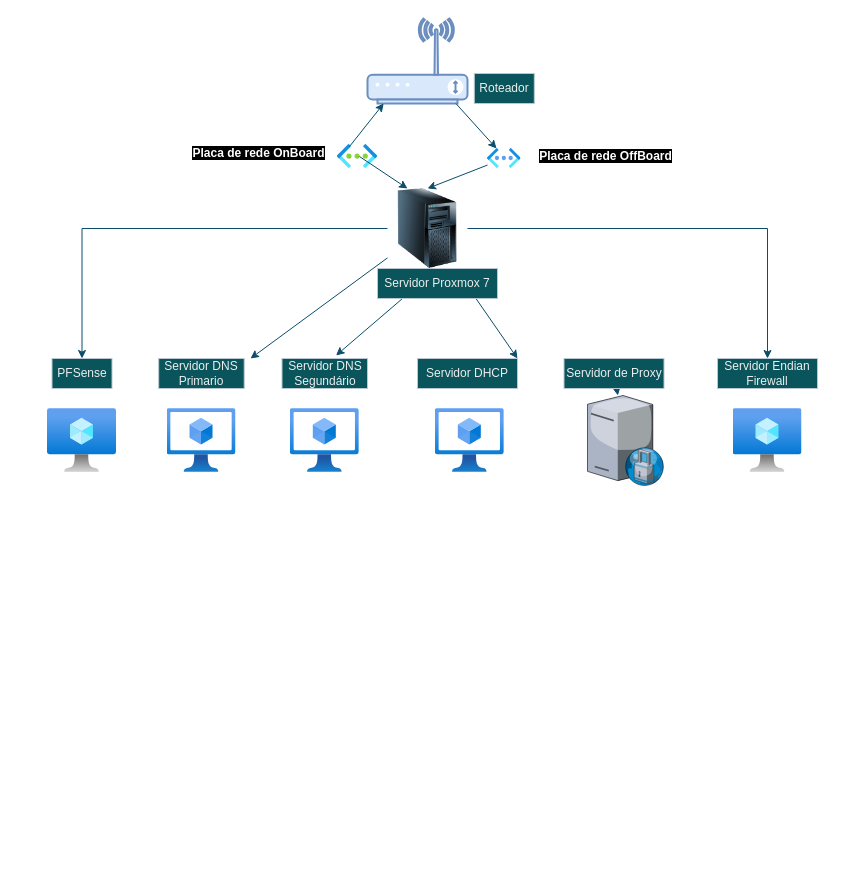
This is Diagrama do sevidor local-proxmox7.drawio from washigtonpa/SERVIDOR_LOCAL_PROXMOX, a draw.io file, before an edit. Source tidied: cells renumbered, new cells numbered last; positions are measured from the earlier drawing's top-left corner, leaving out a move shared by most shapes. Both pictures are drawn from the tidied source at 100%, with x=0, y=0 at pixel (47, 18).
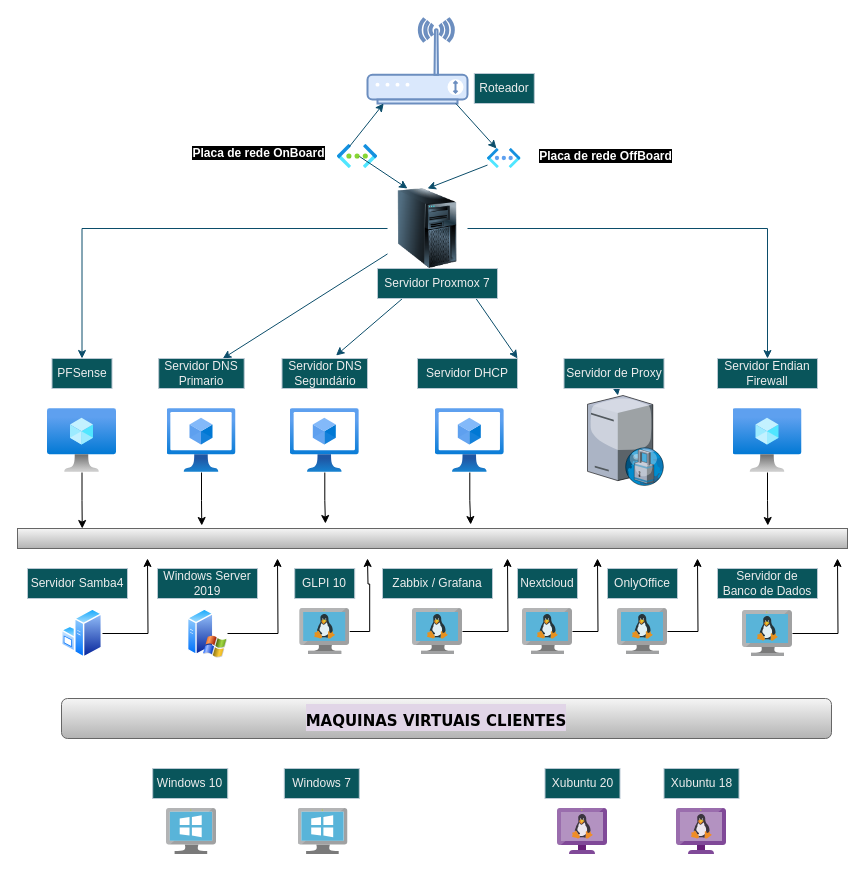
The same page after the edit.

The change refers to these unchanged cells:
```xml
<mxCell id="6" style="image;html=1;image=img/lib/clip_art/computers/Server_Tower_128x128.png;labelBackgroundColor=none;fillColor=#09555B;strokeColor=#BAC8D3;fontColor=#EEEEEE;" parent="1" vertex="1">
  <mxGeometry x="340" y="170" width="80" height="80" as="geometry" />
</mxCell>
<mxCell id="20" style="image;html=1;points=[];align=center;fontSize=12;image=img/lib/azure2/compute/Virtual_Machines_Classic.svg;strokeColor=#BAC8D3;fontColor=#EEEEEE;fillColor=#09555B;" parent="1" vertex="1">
  <mxGeometry x="119.5" y="390" width="69" height="64" as="geometry" />
</mxCell>
<mxCell id="21" value="Servidor DNS Primario" style="text;align=center;html=1;verticalAlign=middle;whiteSpace=wrap;rounded=0;labelBackgroundColor=none;fillColor=#09555B;fontColor=#EEEEEE;strokeColor=#BAC8D3;" parent="1" vertex="1">
  <mxGeometry x="111.2" y="340" width="85.5" height="30" as="geometry" />
</mxCell>
<mxCell id="22" style="image;html=1;points=[];align=center;fontSize=12;image=img/lib/azure2/compute/Virtual_Machines_Classic.svg;strokeColor=#BAC8D3;fontColor=#EEEEEE;fillColor=#09555B;" parent="1" vertex="1">
  <mxGeometry x="387.8" y="390" width="69" height="64" as="geometry" />
</mxCell>
<mxCell id="24" style="image;html=1;points=[];align=center;fontSize=12;image=img/lib/azure2/compute/Virtual_Machines_Classic.svg;strokeColor=#BAC8D3;fontColor=#EEEEEE;fillColor=#09555B;" parent="1" vertex="1">
  <mxGeometry x="242.8" y="390" width="69" height="64" as="geometry" />
</mxCell>
<mxCell id="26" style="image;html=1;points=[];align=center;fontSize=12;image=img/lib/azure2/compute/Virtual_Machine.svg;strokeColor=#BAC8D3;fontColor=#EEEEEE;fillColor=#09555B;" parent="1" vertex="1">
  <mxGeometry x="685.5" y="390" width="69" height="64" as="geometry" />
</mxCell>
<mxCell id="28" style="image;html=1;points=[];align=center;fontSize=12;image=img/lib/azure2/compute/Virtual_Machine.svg;strokeColor=#BAC8D3;fontColor=#EEEEEE;fillColor=#09555B;" parent="1" vertex="1">
  <mxGeometry y="390" width="69" height="64" as="geometry" />
</mxCell>
```

Diff of the diagram source:
```diff
@@
-    <mxCell id="4" style="edgeStyle=none;rounded=0;jettySize=auto;html=1;entryX=0.099;entryY=-0.1;entryDx=0;entryDy=0;entryPerimeter=0;strokeColor=#0B4D6A;" parent="1" edge="1" source="6">
-      <mxGeometry relative="1" as="geometry">
-        <mxPoint x="203" y="340" as="targetPoint" />
-      </mxGeometry>
+    <mxCell id="4" style="edgeStyle=none;rounded=0;jettySize=auto;html=1;entryX=0.75;entryY=0;entryDx=0;entryDy=0;strokeColor=#0B4D6A;" parent="1" edge="1" source="6" target="21">
+      <mxGeometry relative="1" as="geometry" />
     </mxCell>
@@
+    <mxCell id="32" style="edgeStyle=orthogonalEdgeStyle;rounded=0;jettySize=auto;html=1;entryX=0.222;entryY=-0.15;entryDx=0;entryDy=0;entryPerimeter=0;" parent="1" edge="1" source="20" target="37">
+      <mxGeometry relative="1" as="geometry" />
+    </mxCell>
@@
+    <mxCell id="33" style="edgeStyle=orthogonalEdgeStyle;rounded=0;jettySize=auto;html=1;entryX=0.546;entryY=-0.2;entryDx=0;entryDy=0;entryPerimeter=0;" parent="1" edge="1" source="22" target="37">
+      <mxGeometry relative="1" as="geometry" />
+    </mxCell>
@@
+    <mxCell id="34" style="edgeStyle=orthogonalEdgeStyle;rounded=0;jettySize=auto;html=1;entryX=0.371;entryY=-0.25;entryDx=0;entryDy=0;entryPerimeter=0;" parent="1" edge="1" source="24" target="37">
+      <mxGeometry relative="1" as="geometry" />
+    </mxCell>
@@
+    <mxCell id="35" style="edgeStyle=orthogonalEdgeStyle;rounded=0;jettySize=auto;html=1;entryX=0.904;entryY=-0.15;entryDx=0;entryDy=0;entryPerimeter=0;" parent="1" edge="1" source="26" target="37">
+      <mxGeometry relative="1" as="geometry" />
+    </mxCell>
@@
+    <mxCell id="36" style="edgeStyle=orthogonalEdgeStyle;rounded=0;jettySize=auto;html=1;entryX=0.078;entryY=0;entryDx=0;entryDy=0;entryPerimeter=0;" parent="1" edge="1" source="28" target="37">
+      <mxGeometry relative="1" as="geometry" />
+    </mxCell>
@@
+    <mxCell id="37" style="rounded=0;whiteSpace=wrap;html=1;fillColor=#f5f5f5;strokeColor=#666666;gradientColor=#b3b3b3;" parent="1" vertex="1">
+      <mxGeometry x="-30" y="510" width="830" height="20" as="geometry" />
+    </mxCell>
+    <mxCell id="38" style="edgeStyle=orthogonalEdgeStyle;rounded=0;jettySize=auto;html=1;" parent="1" edge="1" source="39">
+      <mxGeometry relative="1" as="geometry">
+        <mxPoint x="230" y="540" as="targetPoint" />
+      </mxGeometry>
+    </mxCell>
+    <mxCell id="39" style="image;perimeter=ellipsePerimeter;html=1;align=center;shadow=0;dashed=0;spacingTop=3;image=img/lib/active_directory/windows_server_2.svg;" parent="1" vertex="1">
+      <mxGeometry x="140" y="590" width="40" height="50" as="geometry" />
+    </mxCell>
+    <mxCell id="40" style="edgeStyle=orthogonalEdgeStyle;rounded=0;jettySize=auto;html=1;" parent="1" edge="1" source="41">
+      <mxGeometry relative="1" as="geometry">
+        <mxPoint x="100" y="540" as="targetPoint" />
+      </mxGeometry>
+    </mxCell>
+    <mxCell id="41" style="image;perimeter=ellipsePerimeter;html=1;align=center;shadow=0;dashed=0;spacingTop=3;image=img/lib/active_directory/windows_server.svg;" parent="1" vertex="1">
+      <mxGeometry x="14" y="590" width="41" height="50" as="geometry" />
+    </mxCell>
+    <mxCell id="42" value="Servidor Samba4" style="text;align=center;html=1;verticalAlign=middle;whiteSpace=wrap;rounded=0;labelBackgroundColor=none;fillColor=#09555B;fontColor=#EEEEEE;strokeColor=#BAC8D3;" parent="1" vertex="1">
+      <mxGeometry x="-20" y="550" width="100" height="30" as="geometry" />
+    </mxCell>
+    <mxCell id="43" value="Windows Server 2019" style="text;align=center;html=1;verticalAlign=middle;whiteSpace=wrap;rounded=0;labelBackgroundColor=none;fillColor=#09555B;fontColor=#EEEEEE;strokeColor=#BAC8D3;" parent="1" vertex="1">
+      <mxGeometry x="110" y="550" width="100" height="30" as="geometry" />
+    </mxCell>
+    <mxCell id="44" style="edgeStyle=orthogonalEdgeStyle;rounded=0;jettySize=auto;html=1;" parent="1" edge="1" source="45">
+      <mxGeometry relative="1" as="geometry">
+        <mxPoint x="320" y="540" as="targetPoint" />
+      </mxGeometry>
+    </mxCell>
+    <mxCell id="45" style="image;sketch=0;html=1;points=[];align=center;fontSize=12;image=img/lib/mscae/VM_Linux.svg;" parent="1" vertex="1">
+      <mxGeometry x="252.2" y="590" width="50" height="46" as="geometry" />
+    </mxCell>
+    <mxCell id="46" value="GLPI 10" style="text;align=center;html=1;verticalAlign=middle;whiteSpace=wrap;rounded=0;labelBackgroundColor=none;fillColor=#09555B;fontColor=#EEEEEE;strokeColor=#BAC8D3;" parent="1" vertex="1">
+      <mxGeometry x="247.2" y="550" width="60" height="30" as="geometry" />
+    </mxCell>
+    <mxCell id="47" style="edgeStyle=orthogonalEdgeStyle;rounded=0;jettySize=auto;html=1;" parent="1" edge="1" source="48">
+      <mxGeometry relative="1" as="geometry">
+        <mxPoint x="460" y="540" as="targetPoint" />
+      </mxGeometry>
+    </mxCell>
+    <mxCell id="48" style="image;sketch=0;html=1;points=[];align=center;fontSize=12;image=img/lib/mscae/VM_Linux.svg;" parent="1" vertex="1">
+      <mxGeometry x="365" y="590" width="50" height="46" as="geometry" />
+    </mxCell>
+    <mxCell id="49" value="Zabbix / Grafana" style="text;align=center;html=1;verticalAlign=middle;whiteSpace=wrap;rounded=0;labelBackgroundColor=none;fillColor=#09555B;fontColor=#EEEEEE;strokeColor=#BAC8D3;" parent="1" vertex="1">
+      <mxGeometry x="335" y="550" width="110" height="30" as="geometry" />
+    </mxCell>
+    <mxCell id="50" style="edgeStyle=orthogonalEdgeStyle;rounded=0;jettySize=auto;html=1;" parent="1" edge="1" source="51">
+      <mxGeometry relative="1" as="geometry">
+        <mxPoint x="550" y="540" as="targetPoint" />
+      </mxGeometry>
+    </mxCell>
+    <mxCell id="51" style="image;sketch=0;html=1;points=[];align=center;fontSize=12;image=img/lib/mscae/VM_Linux.svg;" parent="1" vertex="1">
+      <mxGeometry x="475" y="590" width="50" height="46" as="geometry" />
+    </mxCell>
+    <mxCell id="52" value="Nextcloud" style="text;align=center;html=1;verticalAlign=middle;whiteSpace=wrap;rounded=0;labelBackgroundColor=none;fillColor=#09555B;fontColor=#EEEEEE;strokeColor=#BAC8D3;" parent="1" vertex="1">
+      <mxGeometry x="470" y="550" width="60" height="30" as="geometry" />
+    </mxCell>
+    <mxCell id="53" style="edgeStyle=orthogonalEdgeStyle;rounded=0;jettySize=auto;html=1;" parent="1" edge="1" source="54">
+      <mxGeometry relative="1" as="geometry">
+        <mxPoint x="650" y="540" as="targetPoint" />
+      </mxGeometry>
+    </mxCell>
+    <mxCell id="54" style="image;sketch=0;html=1;points=[];align=center;fontSize=12;image=img/lib/mscae/VM_Linux.svg;" parent="1" vertex="1">
+      <mxGeometry x="570" y="590" width="50" height="46" as="geometry" />
+    </mxCell>
+    <mxCell id="55" value="OnlyOffice" style="text;align=center;html=1;verticalAlign=middle;whiteSpace=wrap;rounded=0;labelBackgroundColor=none;fillColor=#09555B;fontColor=#EEEEEE;strokeColor=#BAC8D3;" parent="1" vertex="1">
+      <mxGeometry x="560" y="550" width="70" height="30" as="geometry" />
+    </mxCell>
+    <mxCell id="56" style="edgeStyle=orthogonalEdgeStyle;rounded=0;jettySize=auto;html=1;" parent="1" edge="1" source="57">
+      <mxGeometry relative="1" as="geometry">
+        <mxPoint x="790" y="540" as="targetPoint" />
+      </mxGeometry>
+    </mxCell>
+    <mxCell id="57" style="image;sketch=0;html=1;points=[];align=center;fontSize=12;image=img/lib/mscae/VM_Linux.svg;" parent="1" vertex="1">
+      <mxGeometry x="695" y="592" width="50" height="46" as="geometry" />
+    </mxCell>
+    <mxCell id="58" value="Servidor de Banco de Dados" style="text;align=center;html=1;verticalAlign=middle;whiteSpace=wrap;rounded=0;labelBackgroundColor=none;fillColor=#09555B;fontColor=#EEEEEE;strokeColor=#BAC8D3;" parent="1" vertex="1">
+      <mxGeometry x="670" y="550" width="100" height="30" as="geometry" />
+    </mxCell>
+    <mxCell id="59" style="rounded=1;whiteSpace=wrap;html=1;fillColor=#f5f5f5;strokeColor=#666666;gradientColor=#b3b3b3;" parent="1" vertex="1">
+      <mxGeometry x="14" y="680" width="770" height="40" as="geometry" />
+    </mxCell>
+    <mxCell id="60" value="&lt;h1&gt;&lt;b style=&quot;background-color: rgb(225, 213, 231);&quot;&gt;&lt;font face=&quot;Verdana&quot; style=&quot;font-size: 15px;&quot;&gt;MAQUINAS VIRTUAIS CLIENTES&lt;/font&gt;&lt;/b&gt;&lt;/h1&gt;" style="text;strokeColor=none;align=center;fillColor=none;html=1;verticalAlign=middle;whiteSpace=wrap;rounded=0;" parent="1" vertex="1">
+      <mxGeometry x="214" y="685" width="350" height="30" as="geometry" />
+    </mxCell>
+    <mxCell id="61" style="image;sketch=0;html=1;align=center;fontSize=12;image=img/lib/mscae/VirtualMachineWindows.svg;rounded=0;fontFamily=Helvetica;fontColor=default;fillColor=none;gradientColor=none;" parent="1" vertex="1">
+      <mxGeometry x="119" y="790" width="50" height="46" as="geometry" />
+    </mxCell>
+    <mxCell id="62" value="Windows 10" style="text;align=center;html=1;verticalAlign=middle;whiteSpace=wrap;rounded=0;labelBackgroundColor=none;fillColor=#09555B;fontColor=#EEEEEE;strokeColor=#BAC8D3;" parent="1" vertex="1">
+      <mxGeometry x="105.2" y="750" width="75" height="30" as="geometry" />
+    </mxCell>
+    <mxCell id="63" style="image;sketch=0;html=1;align=center;fontSize=12;image=img/lib/mscae/VirtualMachineWindows.svg;rounded=0;fontFamily=Helvetica;fontColor=default;fillColor=none;gradientColor=none;" parent="1" vertex="1">
+      <mxGeometry x="250.5" y="790" width="50" height="46" as="geometry" />
+    </mxCell>
+    <mxCell id="64" value="Windows 7" style="text;align=center;html=1;verticalAlign=middle;whiteSpace=wrap;rounded=0;labelBackgroundColor=none;fillColor=#09555B;fontColor=#EEEEEE;strokeColor=#BAC8D3;" parent="1" vertex="1">
+      <mxGeometry x="236.8" y="750" width="75" height="30" as="geometry" />
+    </mxCell>
+    <mxCell id="65" style="image;sketch=0;html=1;align=center;fontSize=12;image=img/lib/mscae/VM_Linux_Non_Azure.svg;rounded=0;fontFamily=Helvetica;fontColor=default;fillColor=none;gradientColor=none;" parent="1" vertex="1">
+      <mxGeometry x="510" y="790" width="50" height="46" as="geometry" />
+    </mxCell>
+    <mxCell id="66" value="Xubuntu 20" style="text;align=center;html=1;verticalAlign=middle;whiteSpace=wrap;rounded=0;labelBackgroundColor=none;fillColor=#09555B;fontColor=#EEEEEE;strokeColor=#BAC8D3;" parent="1" vertex="1">
+      <mxGeometry x="497.5" y="750" width="75" height="30" as="geometry" />
+    </mxCell>
+    <mxCell id="67" style="image;sketch=0;html=1;align=center;fontSize=12;image=img/lib/mscae/VM_Linux_Non_Azure.svg;rounded=0;fontFamily=Helvetica;fontColor=default;fillColor=none;gradientColor=none;" parent="1" vertex="1">
+      <mxGeometry x="629" y="790" width="50" height="46" as="geometry" />
+    </mxCell>
+    <mxCell id="68" value="Xubuntu 18" style="text;align=center;html=1;verticalAlign=middle;whiteSpace=wrap;rounded=0;labelBackgroundColor=none;fillColor=#09555B;fontColor=#EEEEEE;strokeColor=#BAC8D3;" parent="1" vertex="1">
+      <mxGeometry x="616.5" y="750" width="75" height="30" as="geometry" />
+    </mxCell>
```
